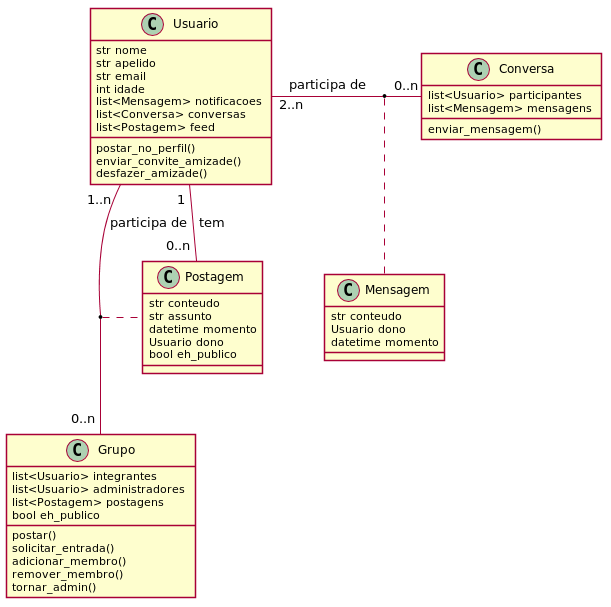
The PlantUML diagram docs/classe.png in DhiegoV/Dez-seis, before a commit.
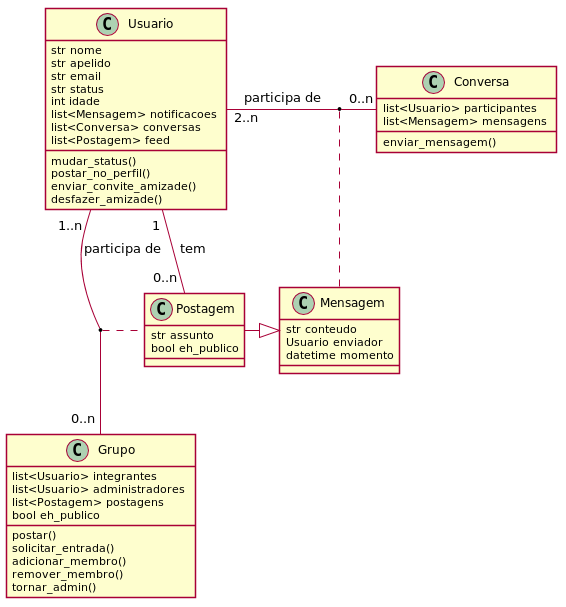
After the change.

Diff of the diagram source:
```diff
@@ -6,11 +6,13 @@
     str nome
     str apelido
     str email
+    str status
     int idade
     list<Mensagem> notificacoes
     list<Conversa> conversas
     list<Postagem> feed
 
+    mudar_status()
     postar_no_perfil()
     enviar_convite_amizade()
     desfazer_amizade()
@@ -25,21 +27,17 @@
 
 class Mensagem {
     str conteudo
-    Usuario dono
+    Usuario enviador
     datetime momento
 }
-
-Usuario "2..n"-right-"0..n" Conversa: participa de
+Usuario "2..n"--right--"0..n" Conversa: participa de
 (Usuario, Conversa) .. Mensagem
 
 class Postagem {
-    str conteudo
     str assunto
-    datetime momento
-    Usuario dono
     bool eh_publico
 }
-
+Mensagem <|-left- Postagem
 Usuario "1 "--"0..n " Postagem: " tem"
 
 class Grupo {
@@ -54,8 +52,7 @@
     remover_membro()
     tornar_admin()
 }
-
-Usuario "1..n "-down-"0..n " Grupo: participa de
+Usuario "1..n "--"0..n " Grupo: participa de
 (Usuario, Grupo) .. Postagem
 
 @enduml
```
